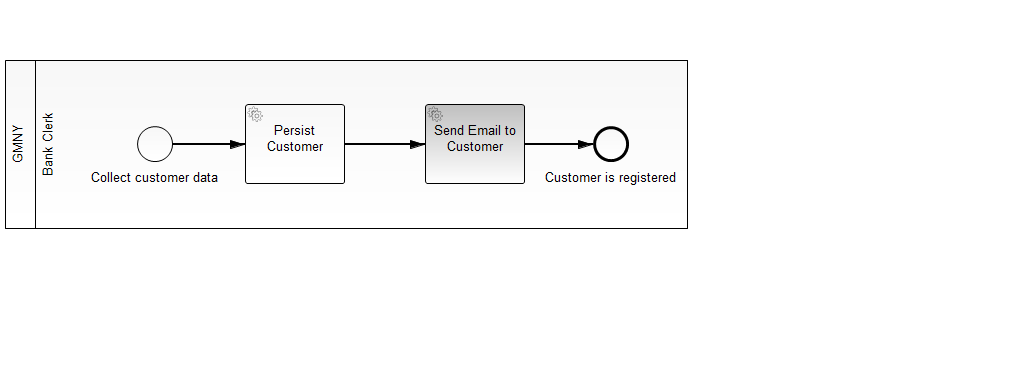
The BPMN diagram GMNYworkflow/gmny/src/main/resources/01-customer-registration.png in shaunthomas999/GMNY-WFM-CaseStudy, before a commit. Its source is kept beside it as GMNYworkflow/gmny/src/main/resources/01-customer-registration.bpmn. Ids are renumbered.
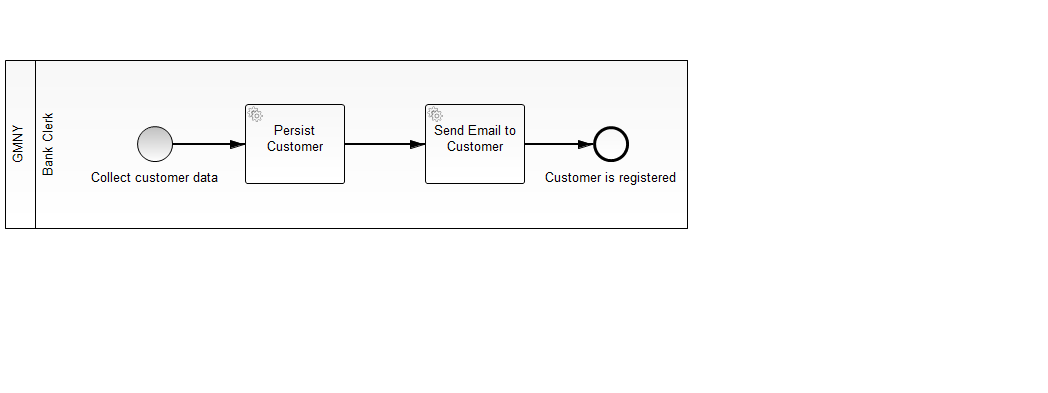
Later version of the same file.

What changed in the source:
```diff
@@ -11,7 +11,7 @@
         <bpmn2:flowNodeRef>EndEvent_3</bpmn2:flowNodeRef>
       </bpmn2:lane>
     </bpmn2:laneSet>
-    <bpmn2:startEvent id="CustomerRegStart" camunda:formKey="embedded:app:forms/customer_registration.html" name="Collect customer data">
+    <bpmn2:startEvent id="CustomerRegStart" camunda:formKey="embedded:app:forms/01-collect-customer-data.html" name="Collect customer data">
       <bpmn2:outgoing>SequenceFlow_1</bpmn2:outgoing>
     </bpmn2:startEvent>
     <bpmn2:sequenceFlow id="SequenceFlow_1" name="" sourceRef="CustomerRegStart" targetRef="ServiceTask_1"/>
```
